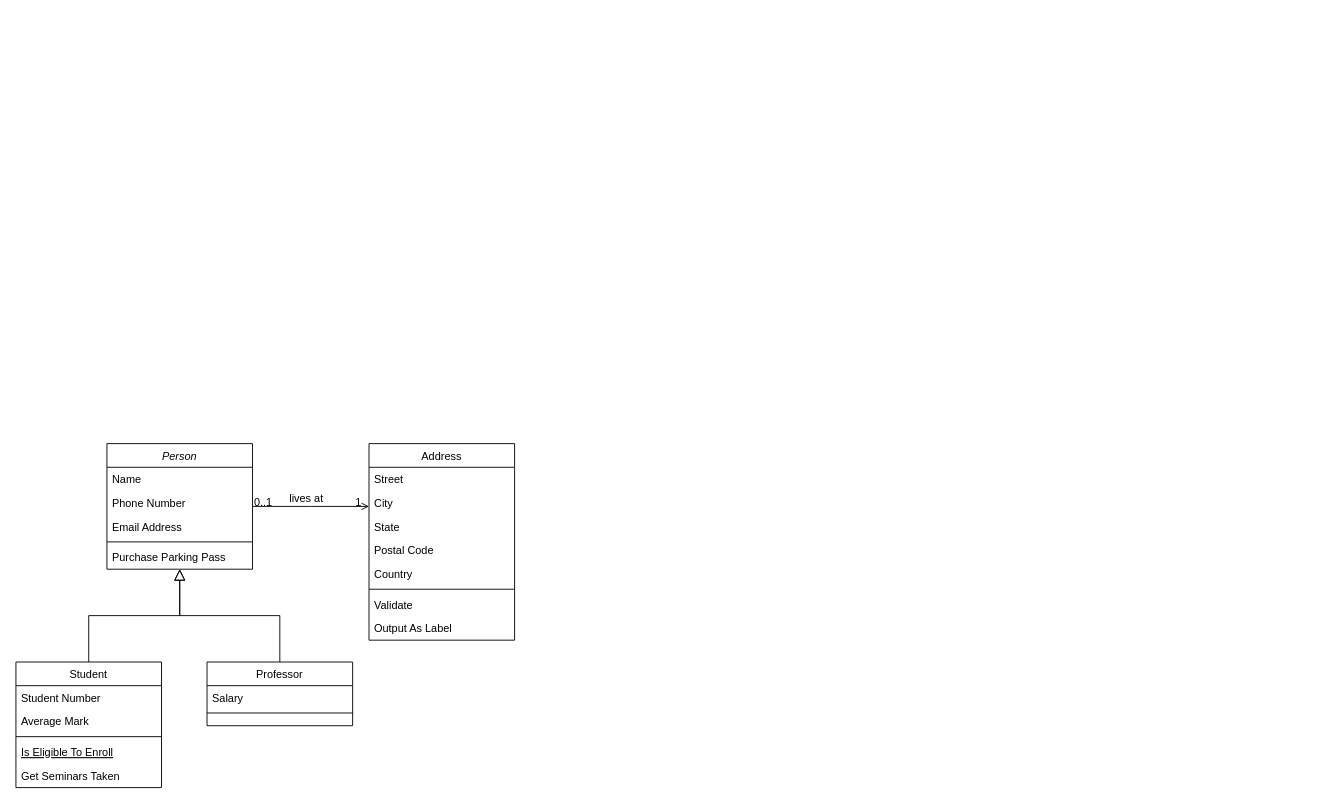
Before: RASD/ClassDiagram.drawio in jacopobellosi/Bellosi-Montanelli-Tempobono, a draw.io diagram. Source tidied: cells renumbered, new cells numbered last; positions are measured from the earlier drawing's top-left corner, leaving out a move shared by most shapes. Both pictures are drawn from the tidied source at 91%, with x=0, y=0 at pixel (15, 443).
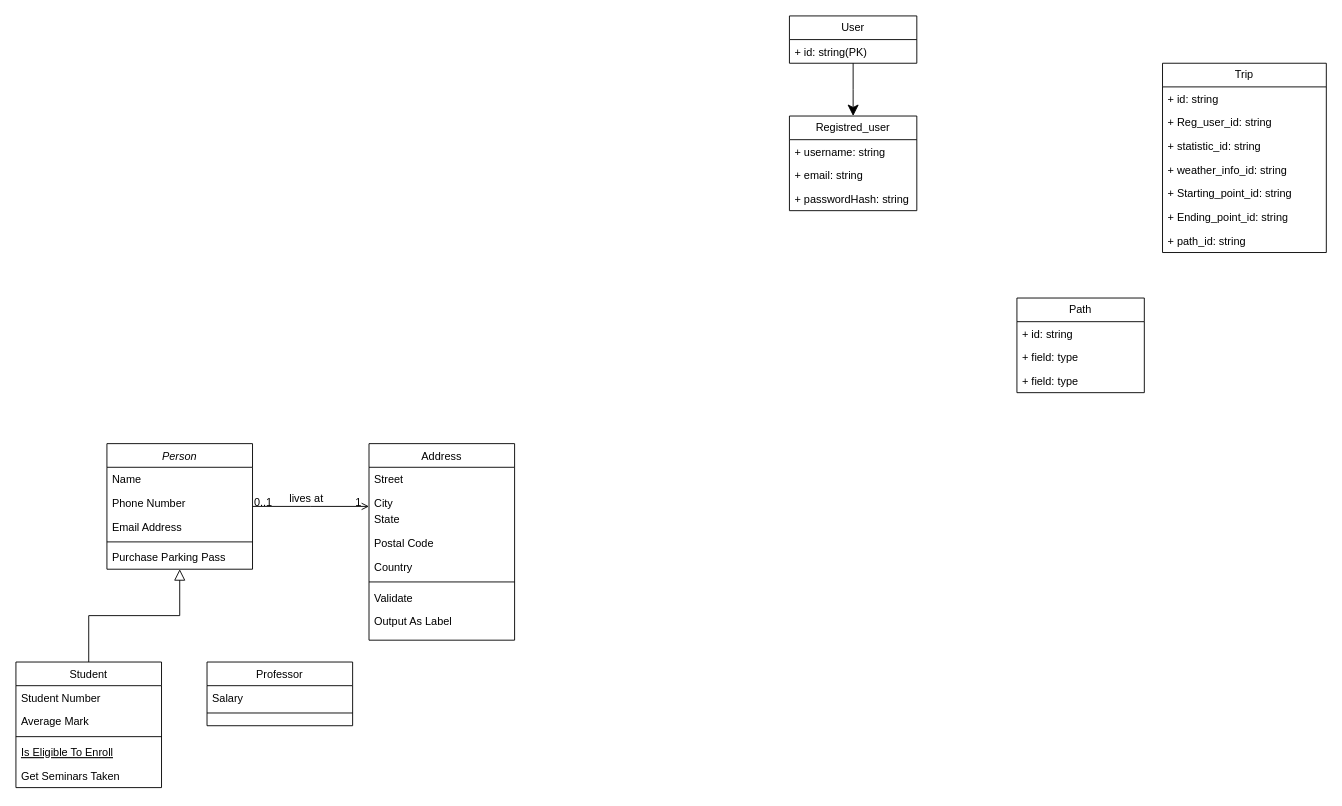
The same diagram, later.

Unchanged cells that the change refers to:
```xml
<mxCell id="2" value="Person" style="swimlane;fontStyle=2;align=center;verticalAlign=top;horizontal=1;startSize=26;rounded=0;shadow=0;strokeWidth=1;" parent="1" vertex="1">
  <mxGeometry x="100" width="160" height="138" as="geometry" />
</mxCell>
<mxCell id="15" value="Professor" style="swimlane;fontStyle=0;align=center;verticalAlign=top;horizontal=1;startSize=26;rounded=0;shadow=0;strokeWidth=1;" parent="1" vertex="1">
  <mxGeometry x="210" y="240" width="160" height="70" as="geometry" />
</mxCell>
<mxCell id="19" value="Address" style="swimlane;fontStyle=0;align=center;verticalAlign=top;horizontal=1;startSize=26;rounded=0;shadow=0;strokeWidth=1;" parent="1" vertex="1">
  <mxGeometry x="388" width="160" height="216" as="geometry" />
</mxCell>
```

Diff of the diagram source:
```diff
@@
-    <mxCell id="18" style="endArrow=block;endSize=10;endFill=0;shadow=0;strokeWidth=1;rounded=0;curved=0;edgeStyle=elbowEdgeStyle;elbow=vertical;" parent="1" edge="1" source="15" target="2">
+    <mxCell id="18" style="endArrow=classic;endSize=10;endFill=1;shadow=0;strokeWidth=1;rounded=0;curved=0;edgeStyle=elbowEdgeStyle;elbow=vertical;entryX=0.5;entryY=0;entryDx=0;entryDy=0;exitX=0.5;exitY=1;exitDx=0;exitDy=0;" parent="1" edge="1" source="32" target="34">
       <mxGeometry relative="1" as="geometry" />
     </mxCell>
@@
     <mxCell id="21" value="City" style="text;align=left;verticalAlign=top;spacingLeft=4;spacingRight=4;overflow=hidden;rounded=0;shadow=0;html=0;" parent="19" vertex="1">
-      <mxGeometry y="52" width="160" height="26" as="geometry" />
+      <mxGeometry y="52" width="160" height="18" as="geometry" />
     </mxCell>
     <mxCell id="22" value="State" style="text;align=left;verticalAlign=top;spacingLeft=4;spacingRight=4;overflow=hidden;rounded=0;shadow=0;html=0;" parent="19" vertex="1">
-      <mxGeometry y="78" width="160" height="26" as="geometry" />
+      <mxGeometry y="70" width="160" height="26" as="geometry" />
     </mxCell>
     <mxCell id="23" value="Postal Code" style="text;align=left;verticalAlign=top;spacingLeft=4;spacingRight=4;overflow=hidden;rounded=0;shadow=0;html=0;" parent="19" vertex="1">
-      <mxGeometry y="104" width="160" height="26" as="geometry" />
+      <mxGeometry y="96" width="160" height="26" as="geometry" />
     </mxCell>
     <mxCell id="24" value="Country" style="text;align=left;verticalAlign=top;spacingLeft=4;spacingRight=4;overflow=hidden;rounded=0;shadow=0;html=0;" parent="19" vertex="1">
-      <mxGeometry y="130" width="160" height="26" as="geometry" />
+      <mxGeometry y="122" width="160" height="26" as="geometry" />
     </mxCell>
     <mxCell id="25" style="line;html=1;strokeWidth=1;align=left;verticalAlign=middle;spacingTop=-1;spacingLeft=3;spacingRight=3;labelPosition=right;" parent="19" vertex="1">
-      <mxGeometry y="156" width="160" height="8" as="geometry" />
+      <mxGeometry y="148" width="160" height="8" as="geometry" />
     </mxCell>
     <mxCell id="26" value="Validate" style="text;align=left;verticalAlign=top;spacingLeft=4;spacingRight=4;overflow=hidden;" parent="19" vertex="1">
-      <mxGeometry y="164" width="160" height="26" as="geometry" />
+      <mxGeometry y="156" width="160" height="26" as="geometry" />
     </mxCell>
     <mxCell id="27" value="Output As Label" style="text;align=left;verticalAlign=top;spacingLeft=4;spacingRight=4;overflow=hidden;" parent="19" vertex="1">
-      <mxGeometry y="190" width="160" height="26" as="geometry" />
+      <mxGeometry y="182" width="160" height="26" as="geometry" />
     </mxCell>
@@
+    <mxCell id="32" value="User" style="swimlane;fontStyle=0;horizontal=1;startSize=26;fillColor=none;whiteSpace=wrap;html=1;" parent="1" vertex="1">
+      <mxGeometry x="850" y="-470" width="140" height="52" as="geometry" />
+    </mxCell>
+    <mxCell id="33" value="+ id: string(PK)" style="text;strokeColor=none;fillColor=none;align=left;verticalAlign=top;spacingLeft=4;spacingRight=4;overflow=hidden;whiteSpace=wrap;html=1;" parent="32" vertex="1">
+      <mxGeometry y="26" width="140" height="26" as="geometry" />
+    </mxCell>
+    <mxCell id="34" value="Registred_user" style="swimlane;fontStyle=0;horizontal=1;startSize=26;fillColor=none;whiteSpace=wrap;html=1;" parent="1" vertex="1">
+      <mxGeometry x="850" y="-360" width="140" height="104" as="geometry" />
+    </mxCell>
+    <mxCell id="35" value="+ username: string" style="text;strokeColor=none;fillColor=none;align=left;verticalAlign=top;spacingLeft=4;spacingRight=4;overflow=hidden;whiteSpace=wrap;html=1;" parent="34" vertex="1">
+      <mxGeometry y="26" width="140" height="26" as="geometry" />
+    </mxCell>
+    <mxCell id="36" value="+ email: string" style="text;strokeColor=none;fillColor=none;align=left;verticalAlign=top;spacingLeft=4;spacingRight=4;overflow=hidden;whiteSpace=wrap;html=1;" parent="34" vertex="1">
+      <mxGeometry y="52" width="140" height="26" as="geometry" />
+    </mxCell>
+    <mxCell id="37" value="+ passwordHash: string" style="text;strokeColor=none;fillColor=none;align=left;verticalAlign=top;spacingLeft=4;spacingRight=4;overflow=hidden;whiteSpace=wrap;html=1;" parent="34" vertex="1">
+      <mxGeometry y="78" width="140" height="26" as="geometry" />
+    </mxCell>
+    <mxCell id="38" value="Trip" style="swimlane;fontStyle=0;horizontal=1;startSize=26;fillColor=none;whiteSpace=wrap;html=1;" parent="1" vertex="1">
+      <mxGeometry x="1260" y="-418" width="180" height="208" as="geometry" />
+    </mxCell>
+    <mxCell id="39" value="+ id: string" style="text;strokeColor=none;fillColor=none;align=left;verticalAlign=top;spacingLeft=4;spacingRight=4;overflow=hidden;whiteSpace=wrap;html=1;" parent="38" vertex="1">
+      <mxGeometry y="26" width="180" height="26" as="geometry" />
+    </mxCell>
+    <mxCell id="40" value="+ Reg_user_id: string" style="text;strokeColor=none;fillColor=none;align=left;verticalAlign=top;spacingLeft=4;spacingRight=4;overflow=hidden;whiteSpace=wrap;html=1;" parent="38" vertex="1">
+      <mxGeometry y="52" width="180" height="26" as="geometry" />
+    </mxCell>
+    <mxCell id="41" value="+ statistic_id: string" style="text;strokeColor=none;fillColor=none;align=left;verticalAlign=top;spacingLeft=4;spacingRight=4;overflow=hidden;whiteSpace=wrap;html=1;" parent="38" vertex="1">
+      <mxGeometry y="78" width="180" height="26" as="geometry" />
+    </mxCell>
+    <mxCell id="42" value="+ weather_info_id: string" style="text;strokeColor=none;fillColor=none;align=left;verticalAlign=top;spacingLeft=4;spacingRight=4;overflow=hidden;whiteSpace=wrap;html=1;" parent="38" vertex="1">
+      <mxGeometry y="104" width="180" height="26" as="geometry" />
+    </mxCell>
+    <mxCell id="43" value="+ Starting_point_id: string" style="text;strokeColor=none;fillColor=none;align=left;verticalAlign=top;spacingLeft=4;spacingRight=4;overflow=hidden;whiteSpace=wrap;html=1;" parent="38" vertex="1">
+      <mxGeometry y="130" width="180" height="26" as="geometry" />
+    </mxCell>
+    <mxCell id="44" value="+ Ending_point_id: string" style="text;strokeColor=none;fillColor=none;align=left;verticalAlign=top;spacingLeft=4;spacingRight=4;overflow=hidden;whiteSpace=wrap;html=1;" parent="38" vertex="1">
+      <mxGeometry y="156" width="180" height="26" as="geometry" />
+    </mxCell>
+    <mxCell id="45" value="+ path_id: string" style="text;strokeColor=none;fillColor=none;align=left;verticalAlign=top;spacingLeft=4;spacingRight=4;overflow=hidden;whiteSpace=wrap;html=1;" parent="38" vertex="1">
+      <mxGeometry y="182" width="180" height="26" as="geometry" />
+    </mxCell>
+    <mxCell id="46" value="Path" style="swimlane;fontStyle=0;horizontal=1;startSize=26;fillColor=none;whiteSpace=wrap;html=1;" parent="1" vertex="1">
+      <mxGeometry x="1100" y="-160" width="140" height="104" as="geometry" />
+    </mxCell>
+    <mxCell id="47" value="+ id: string" style="text;strokeColor=none;fillColor=none;align=left;verticalAlign=top;spacingLeft=4;spacingRight=4;overflow=hidden;whiteSpace=wrap;html=1;" parent="46" vertex="1">
+      <mxGeometry y="26" width="140" height="26" as="geometry" />
+    </mxCell>
+    <mxCell id="48" value="+ field: type" style="text;strokeColor=none;fillColor=none;align=left;verticalAlign=top;spacingLeft=4;spacingRight=4;overflow=hidden;whiteSpace=wrap;html=1;" parent="46" vertex="1">
+      <mxGeometry y="52" width="140" height="26" as="geometry" />
+    </mxCell>
+    <mxCell id="49" value="+ field: type" style="text;strokeColor=none;fillColor=none;align=left;verticalAlign=top;spacingLeft=4;spacingRight=4;overflow=hidden;whiteSpace=wrap;html=1;" parent="46" vertex="1">
+      <mxGeometry y="78" width="140" height="26" as="geometry" />
+    </mxCell>
```
